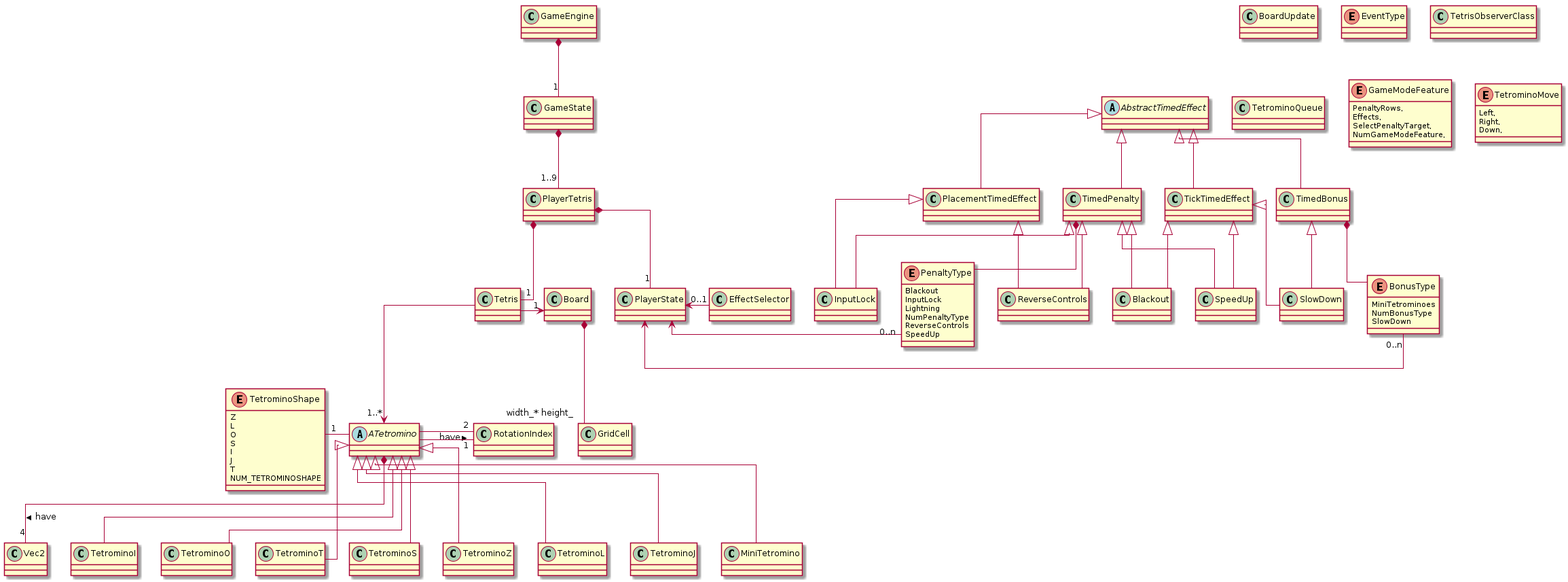
Before: res/uml/class/GameStructureClass.png, a diagram exported from PlantUML (ulb-info2-group5/Royal-Blocks). Its source is kept beside it as doc/uml/class/game/GameStructureClass.plantuml. The source it was exported from:
```plantuml
@startuml GameStructureClass

skinparam linetype ortho


class Board{}
class BoardUpdate{}
enum EventType{}
class GridCell{}
class RotationIndex{}
class Tetris{}
class TetrisObserverClass{}
class TetrominoQueue{}
class Vec2{}

abstract class ATetromino{}

enum TetrominoShape {
    Z
    L
    O
    S
    I
    J
    T
    NUM_TETROMINOSHAPE
}

class TetrominoI extends ATetromino{}
class TetrominoO extends ATetromino{}
class TetrominoT extends ATetromino{}
class TetrominoS extends ATetromino{}
class TetrominoZ extends ATetromino{}
class TetrominoL extends ATetromino{}
class TetrominoJ extends ATetromino{}
class MiniTetromino extends ATetromino{}


abstract class AbstractTimedEffect {}


class Blackout {}


class EffectSelector {}


class InputLock {}


class PlacementTimedEffect {}


class ReverseControls {}


class SlowDown {}


class SpeedUp {}

class TickTimedEffect {}


class TimedBonus {}

class TimedPenalty {}


enum BonusType {
	MiniTetrominoes
	NumBonusType
	SlowDown
}


enum PenaltyType {
	Blackout
	InputLock
	Lightning
	NumPenaltyType
	ReverseControls
	SpeedUp
}

class GameEngine{}

enum GameModeFeature{
	PenaltyRows,
    Effects,
    SelectPenaltyTarget,
    NumGameModeFeature,
}

class GameState{}
class PlayerState{}
class PlayerTetris{}




AbstractTimedEffect <|-- PlacementTimedEffect


AbstractTimedEffect <|-- TickTimedEffect


AbstractTimedEffect <|-- TimedBonus


AbstractTimedEffect <|-- TimedPenalty


PlacementTimedEffect <|-- InputLock


PlacementTimedEffect <|-- ReverseControls


TickTimedEffect <|-- Blackout


TickTimedEffect <|-- SlowDown


TickTimedEffect <|-- SpeedUp


TimedBonus <|-- SlowDown


TimedPenalty <|-- Blackout


TimedPenalty <|-- InputLock


TimedPenalty <|-- ReverseControls


TimedPenalty <|-- SpeedUp

TimedBonus *-- BonusType


TimedPenalty *-- PenaltyType


enum TetrominoMove {
    Left,
    Right,
    Down,
}

TetrominoShape"1"- ATetromino

ATetromino  - "2" RotationIndex : have  >
ATetromino *--"4" Vec2 : have >
ATetromino - "1" RotationIndex


Board *--"width_* height_" GridCell


Tetris ->"1" Board
Tetris --> "1..*" ATetromino

PlayerState <- "0..1" EffectSelector
PlayerState <- "0..n" BonusType
PlayerState <- "0..n" PenaltyType

PlayerTetris *-- "1" PlayerState
PlayerTetris *-- "1" Tetris

GameState *-- "1..9" PlayerTetris

GameEngine *-- "1" GameState

@enduml
```
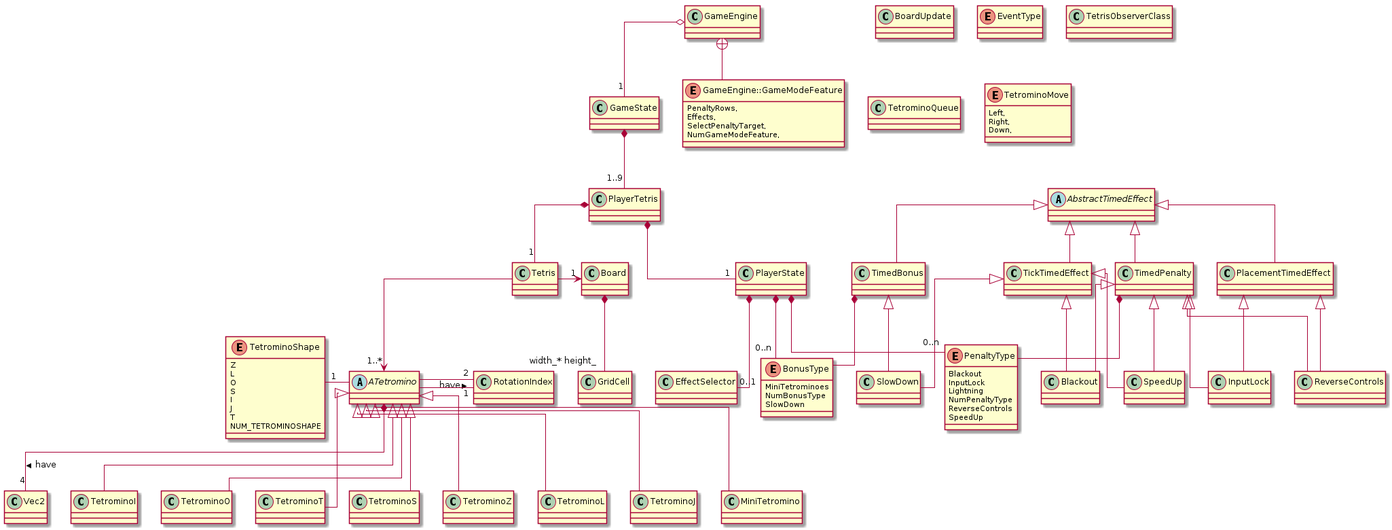
Above is the later version.

What changed in the source:
```diff
@@ -85,7 +85,7 @@
 
 class GameEngine{}
 
-enum GameModeFeature{
+enum GameEngine::GameModeFeature{
 	PenaltyRows,
     Effects,
     SelectPenaltyTarget,
@@ -165,15 +165,17 @@
 Tetris ->"1" Board
 Tetris --> "1..*" ATetromino
 
-PlayerState <- "0..1" EffectSelector
-PlayerState <- "0..n" BonusType
-PlayerState <- "0..n" PenaltyType
+PlayerState *-- "0..1" EffectSelector
+PlayerState *-- "0..n" BonusType
+PlayerState *-- "0..n" PenaltyType
 
 PlayerTetris *-- "1" PlayerState
 PlayerTetris *-- "1" Tetris
 
 GameState *-- "1..9" PlayerTetris
 
-GameEngine *-- "1" GameState
+GameEngine o-- "1" GameState
+
+GameEngine +-- GameEngine::GameModeFeature
 
 @enduml
```
